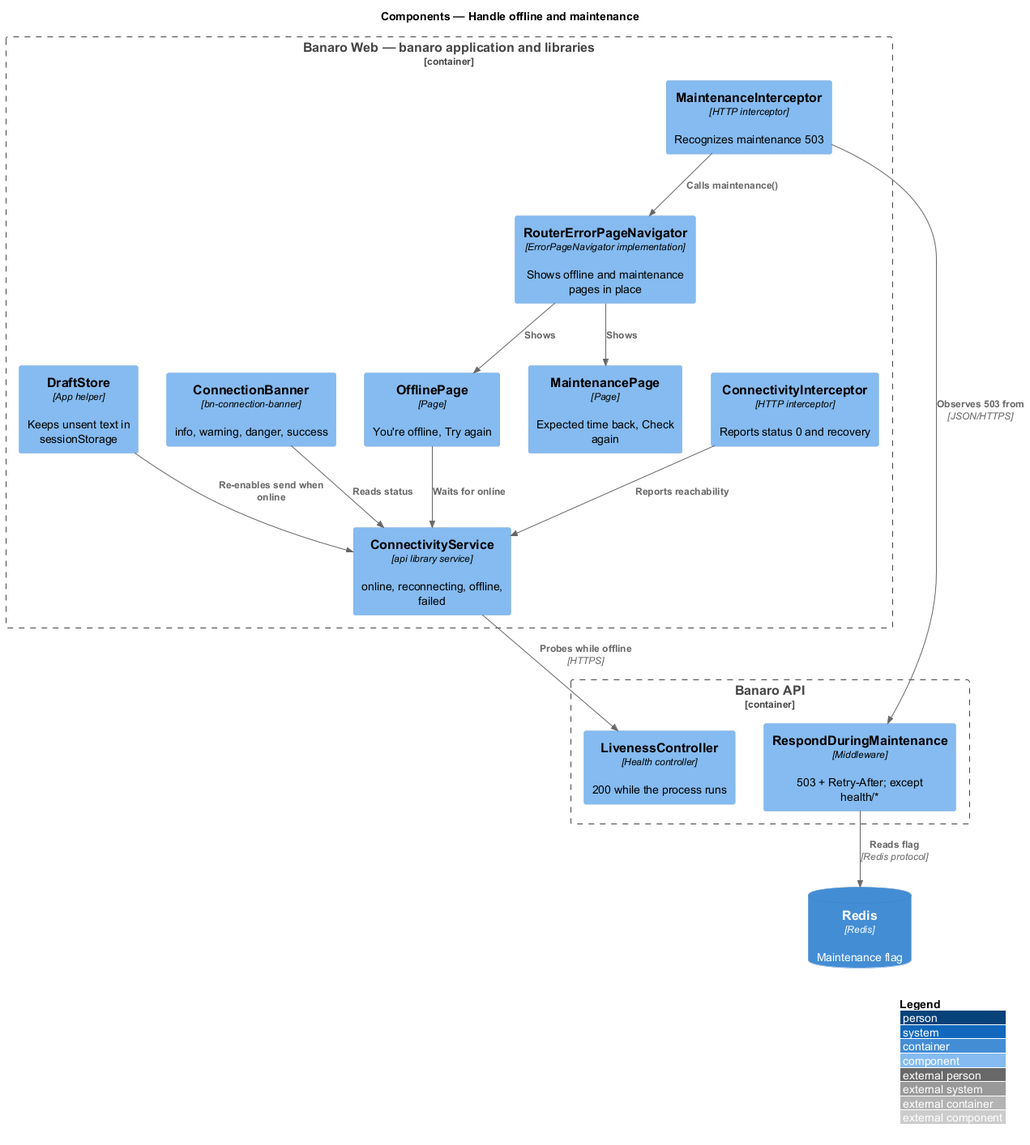
QuinntyneBrown/banaro keeps this PlantUML diagram as docs/detailed-designs/resilience/handle-offline-and-maintenance/diagrams/c4-component.png. Above is the earlier version.
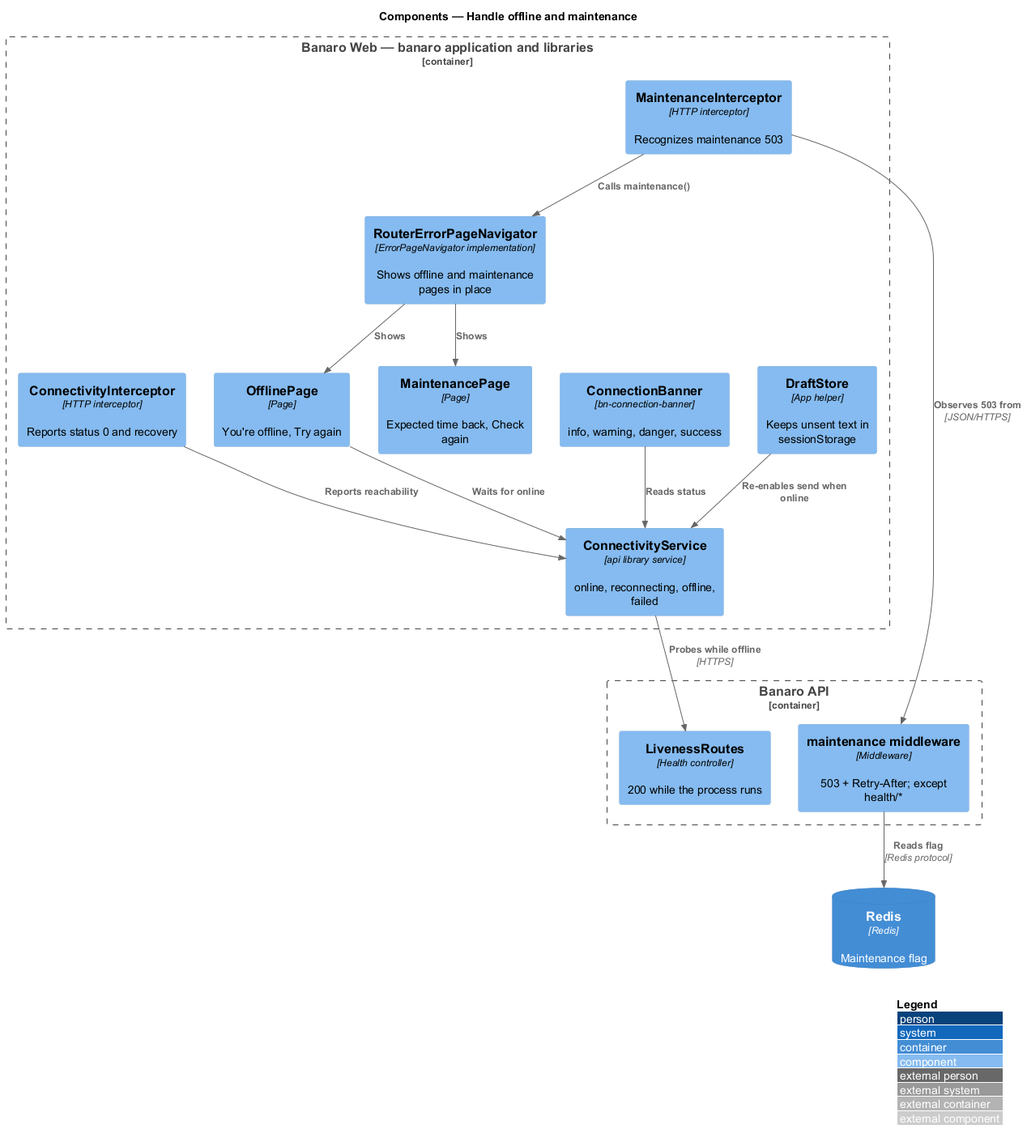
After the change.

What changed in the source:
```diff
@@ -17,8 +17,8 @@
 }
 
 Container_Boundary(api, "Banaro API") {
-  Component(mw, "RespondDuringMaintenance", "Middleware", "503 + Retry-After; except health/*")
-  Component(health, "LivenessController", "Health controller", "200 while the process runs")
+  Component(mw, "maintenance middleware", "Middleware", "503 + Retry-After; except health/*")
+  Component(health, "LivenessRoutes", "Health controller", "200 while the process runs")
 }
 
 Rel(connInt, conn, "Reports reachability")
```
